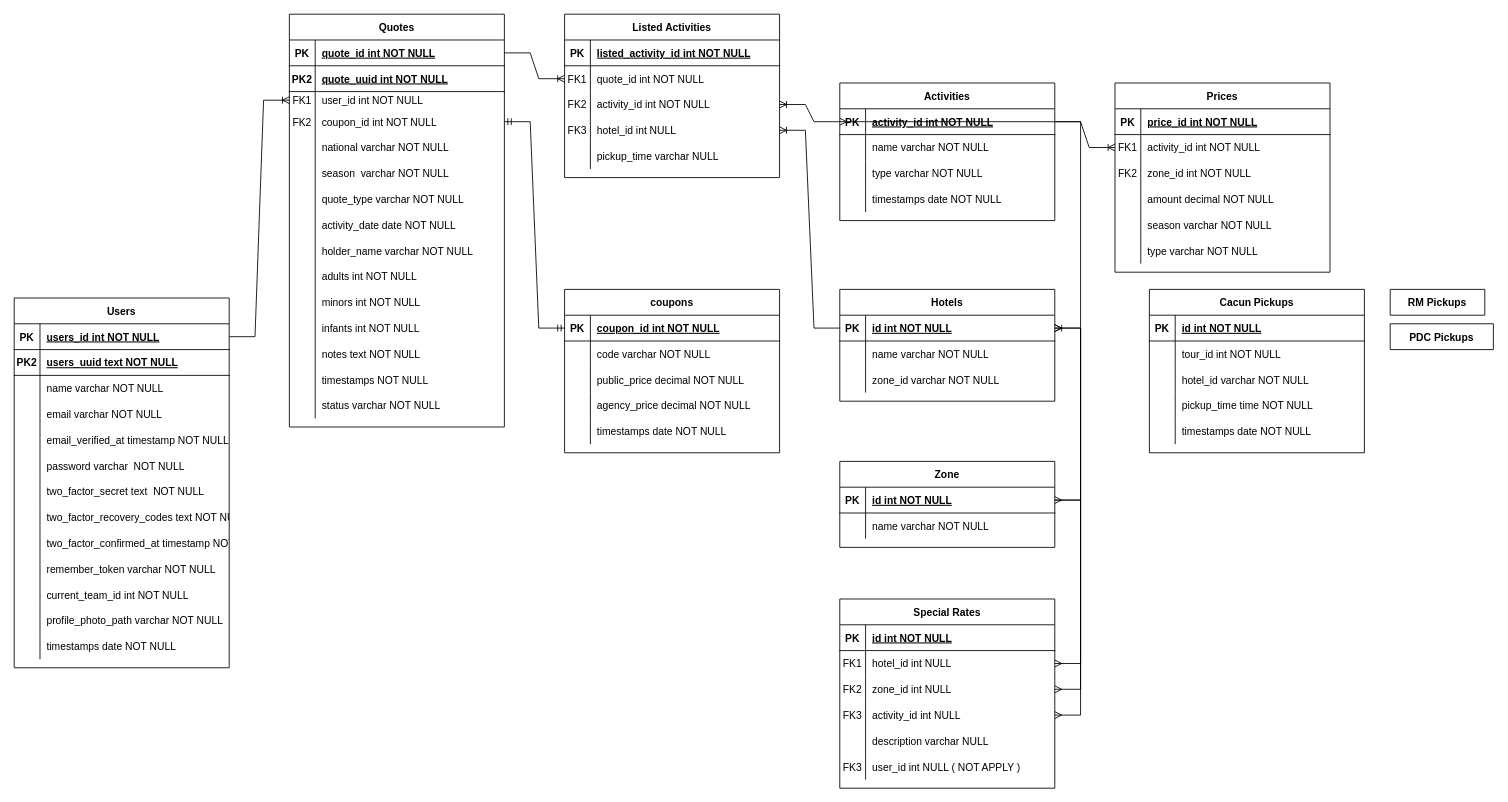
Earlier version of the draw.io diagram Diagrama sin título.drawio (Pcbtroniks/quote). Source tidied: cells renumbered, new cells numbered last; positions are measured from the earlier drawing's top-left corner, leaving out a move shared by most shapes. Both pictures are drawn from the tidied source at 86%, with x=0, y=0 at pixel (14, 14).
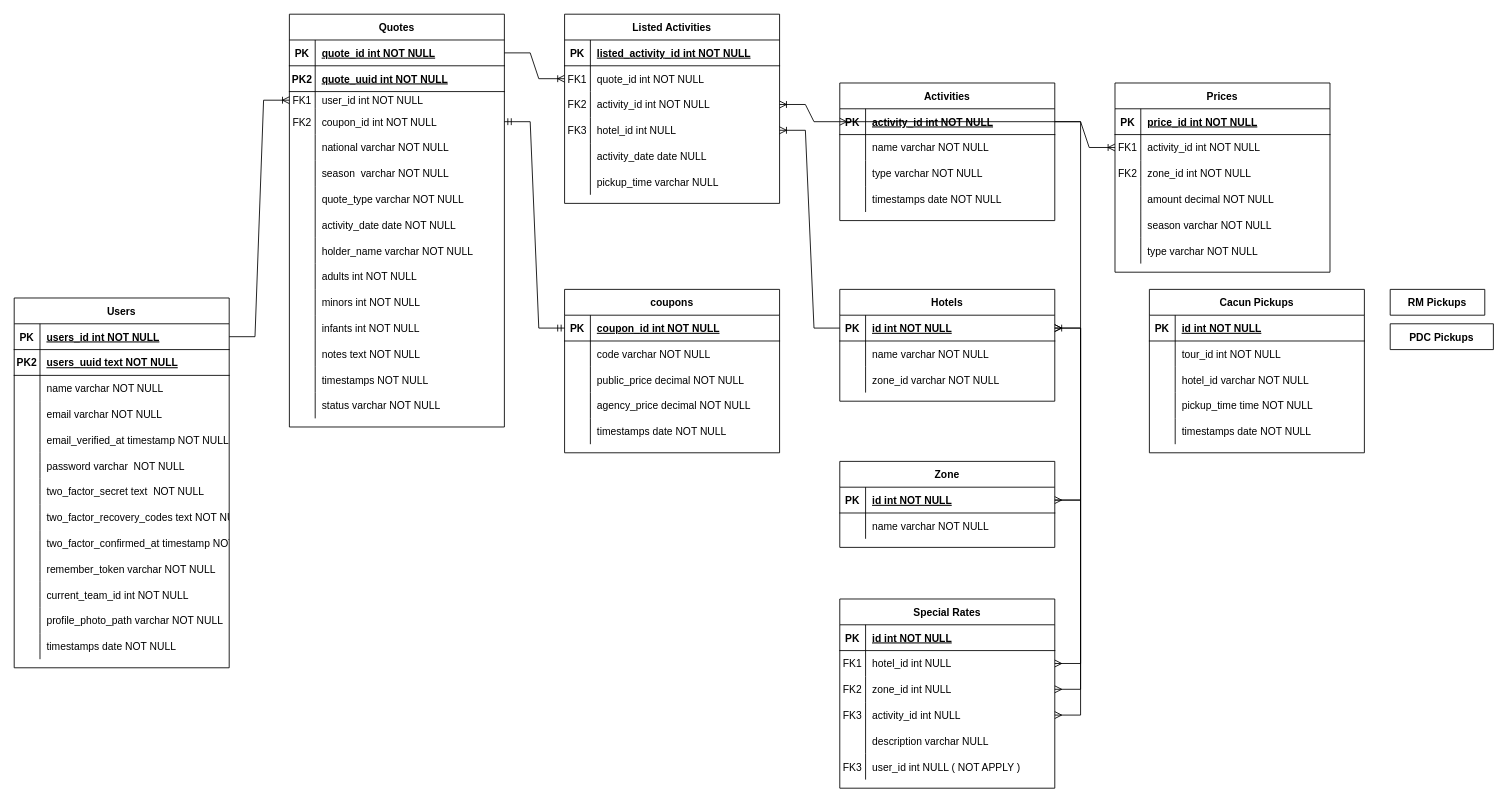
After the change.

Commit message:
Hotfix\ Listed Activities table

The change refers to these unchanged cells:
```xml
<mxCell id="133" style="shape=partialRectangle;fillColor=none;top=0;left=0;right=0;bottom=0;" parent="120" vertex="1">
  <mxGeometry y="150" width="250" height="30" as="geometry" />
</mxCell>
```

What changed in the source:
```diff
@@
     <mxCell id="120" value="Listed Activities" style="shape=table;startSize=30;childLayout=tableLayout;rowLines=0;fontStyle=1;align=center;" parent="1" vertex="1">
-      <mxGeometry x="640" width="250" height="190" as="geometry" />
+      <mxGeometry x="640" width="250" height="220" as="geometry" />
     </mxCell>
@@
-    <mxCell id="135" value="pickup_time varchar NULL" style="shape=partialRectangle;overflow=hidden;fillColor=none;top=0;left=0;bottom=0;right=0;align=left;spacingLeft=6;" parent="133" vertex="1">
+    <mxCell id="135" value="activity_date date NULL" style="shape=partialRectangle;overflow=hidden;fillColor=none;top=0;left=0;bottom=0;right=0;align=left;spacingLeft=6;" parent="133" vertex="1">
       <mxGeometry x="30" width="220" height="30" as="geometry" />
     </mxCell>
+    <mxCell id="216" style="shape=partialRectangle;fillColor=none;top=0;left=0;right=0;bottom=0;" parent="120" vertex="1">
+      <mxGeometry y="180" width="250" height="30" as="geometry" />
+    </mxCell>
+    <mxCell id="217" style="shape=partialRectangle;overflow=hidden;fillColor=none;top=0;left=0;bottom=0;right=0;" parent="216" vertex="1">
+      <mxGeometry width="30" height="30" as="geometry" />
+    </mxCell>
+    <mxCell id="218" value="pickup_time varchar NULL" style="shape=partialRectangle;overflow=hidden;fillColor=none;top=0;left=0;bottom=0;right=0;align=left;spacingLeft=6;" parent="216" vertex="1">
+      <mxGeometry x="30" width="220" height="30" as="geometry" />
+    </mxCell>
```
